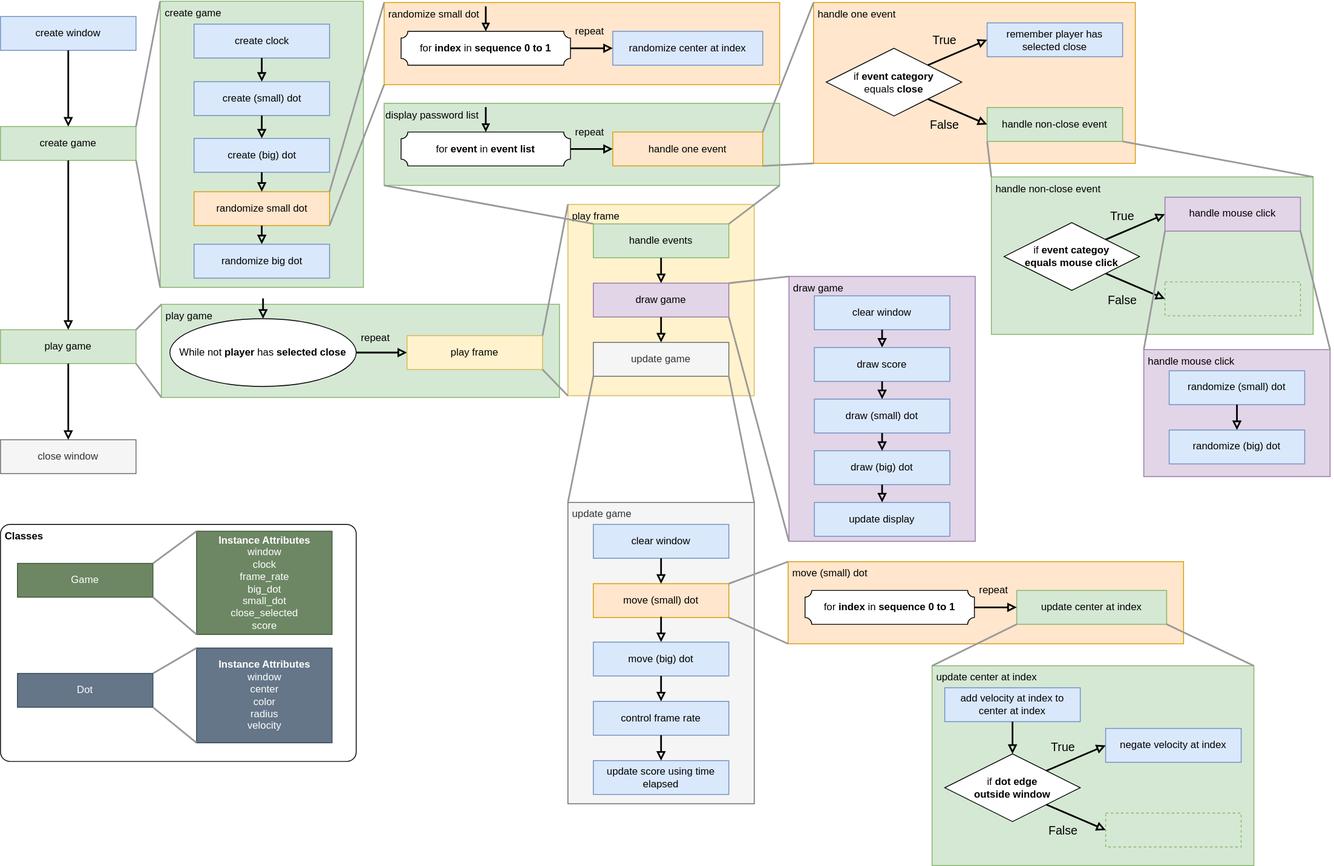
The draw.io diagram Coursera/University of Alberta/Problem Solving, Python Programming, and Video Games/Week 10/images/algorithm_version_3.svg in rogergranada/MOOCs, before a commit. Source tidied: cells renumbered, new cells last; positions are measured from the earlier drawing's top-left corner, leaving out a move shared by most shapes.
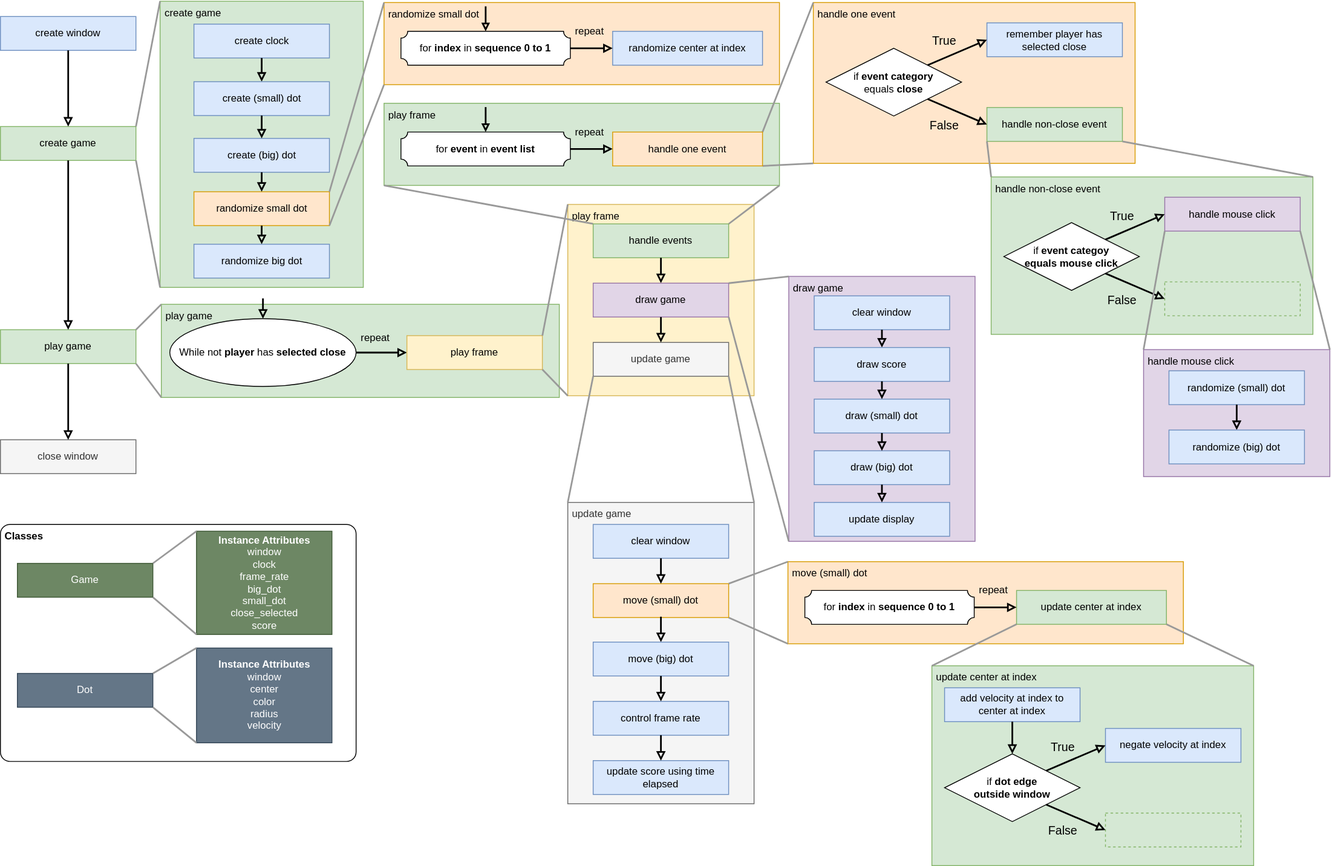
After the commit.

Change to the diagram source:
```diff
@@ -2,7 +2,7 @@
   <root>
     <mxCell id="0" />
     <mxCell id="1" parent="0" />
-    <mxCell id="2" value="display password list" style="rounded=0;whiteSpace=wrap;html=1;verticalAlign=top;align=left;fillColor=#d5e8d4;strokeColor=#82b366;" parent="1" vertex="1">
+    <mxCell id="2" value="&amp;nbsp;play frame" style="rounded=0;whiteSpace=wrap;html=1;verticalAlign=top;align=left;fillColor=#d5e8d4;strokeColor=#82b366;" parent="1" vertex="1">
       <mxGeometry x="453" y="120.5" width="467" height="97" as="geometry" />
     </mxCell>
     <mxCell id="3" value="&amp;nbsp;play frame" style="rounded=0;whiteSpace=wrap;html=1;verticalAlign=top;align=left;fillColor=#fff2cc;strokeColor=#d6b656;" parent="1" vertex="1">
```
